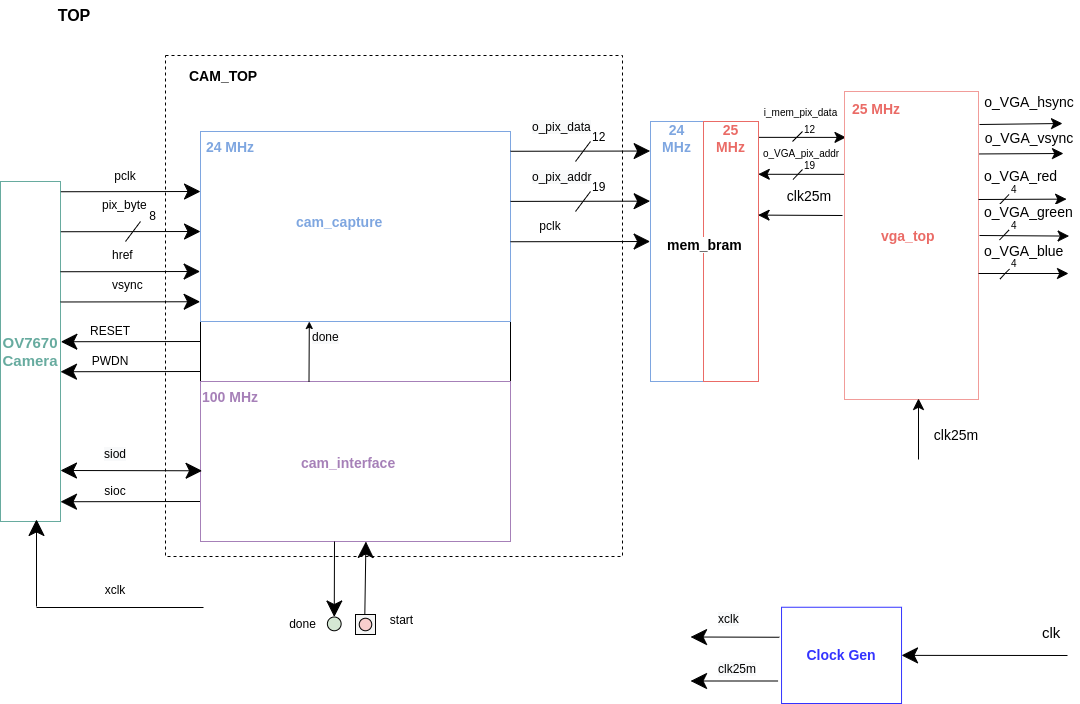
The draw.io diagram misc/OV7670_block_diagram.png in amsacks/OV7670-camera, before a commit. Source tidied: cells renumbered, new cells last; positions are measured from the earlier drawing's top-left corner, leaving out a move shared by most shapes.
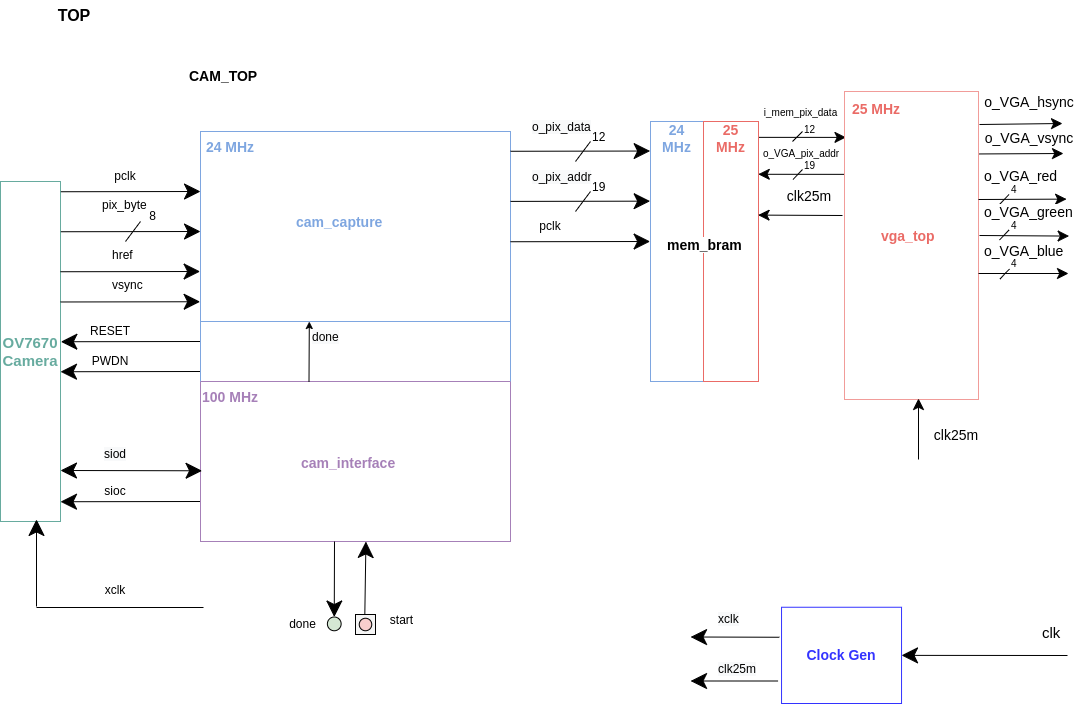
Above is the later version.

Commit message:
Update signals in block diagram

Diff of the diagram source:
```diff
@@ -373,9 +373,6 @@
     <mxCell id="94" value="&lt;b&gt;&lt;font style=&quot;font-size: 16px;&quot; color=&quot;#000000&quot;&gt;TOP&lt;/font&gt;&lt;/b&gt;" style="text;html=1;strokeColor=none;fillColor=none;align=center;verticalAlign=middle;whiteSpace=wrap;rounded=0;dashed=1;fontColor=#F19C99;" parent="1" vertex="1">
       <mxGeometry x="44" width="60" height="30" as="geometry" />
     </mxCell>
-    <mxCell id="95" style="rounded=0;whiteSpace=wrap;html=1;dashed=1;fontSize=16;fontColor=#000000;fillColor=none;" parent="1" vertex="1">
-      <mxGeometry x="165" y="55" width="457" height="501" as="geometry" />
-    </mxCell>
     <mxCell id="96" value="&lt;font color=&quot;#7ea6e0&quot; style=&quot;font-size: 14px;&quot;&gt;24 MHz&lt;/font&gt;" style="text;html=1;strokeColor=none;fillColor=none;align=center;verticalAlign=middle;whiteSpace=wrap;rounded=0;labelBackgroundColor=none;fontSize=10;fontColor=#EA6B66;fontStyle=1;" parent="1" vertex="1">
       <mxGeometry x="652" y="124" width="49" height="27" as="geometry" />
     </mxCell>
@@ -384,5 +381,16 @@
         <mxPoint x="60" y="470" as="sourcePoint" />
       </mxGeometry>
     </mxCell>
+    <mxCell id="98" style="endArrow=none;html=1;rounded=0;startSize=14;endSize=14;exitX=1;exitY=0;exitDx=0;exitDy=0;fillColor=#dae8fc;strokeColor=#7EA6E0;" parent="1" edge="1" source="27">
+      <mxGeometry relative="1" as="geometry">
+        <mxPoint x="510" y="321" as="targetPoint" />
+      </mxGeometry>
+    </mxCell>
+    <mxCell id="99" style="endArrow=none;html=1;rounded=0;startSize=14;endSize=14;exitX=1;exitY=0;exitDx=0;exitDy=0;fillColor=#dae8fc;strokeColor=#7EA6E0;" parent="1" edge="1">
+      <mxGeometry relative="1" as="geometry">
+        <mxPoint x="200" y="381" as="sourcePoint" />
+        <mxPoint x="200" y="321" as="targetPoint" />
+      </mxGeometry>
+    </mxCell>
   </root>
 </mxGraphModel>
```
